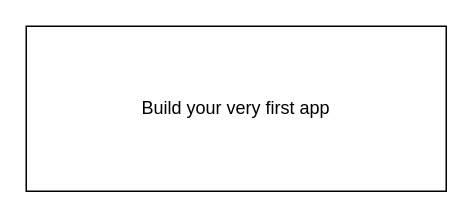
Earlier version of the draw.io diagram Untitled Diagram.drawio (cheroualiyakoub/cheroualiyakoub). Source tidied: cells renumbered, new cells numbered last; positions are measured from the earlier drawing's top-left corner, leaving out a move shared by most shapes. Both pictures are drawn from the tidied source at 150%, with x=0, y=0 at pixel (26, 26).
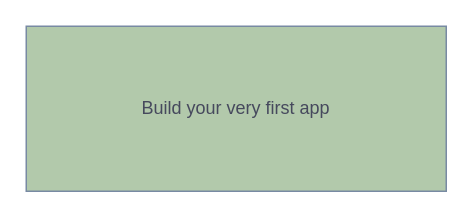
The same page after the edit.

Diff of the diagram source:
```diff
@@
 <mxGraphModel>
   <root>
     <mxCell id="0" />
     <mxCell id="1" parent="0" />
-    <mxCell id="2" value="Build your very first app&lt;br&gt;" style="rounded=0;whiteSpace=wrap;html=1;" parent="1" vertex="1">
+    <mxCell id="2" value="Build your very first app&lt;br&gt;" style="rounded=0;whiteSpace=wrap;html=1;fillColor=#B2C9AB;strokeColor=#788AA3;fontColor=#46495D;" parent="1" vertex="1">
       <mxGeometry width="280" height="110" as="geometry" />
     </mxCell>
   </root>
 </mxGraphModel>
```
